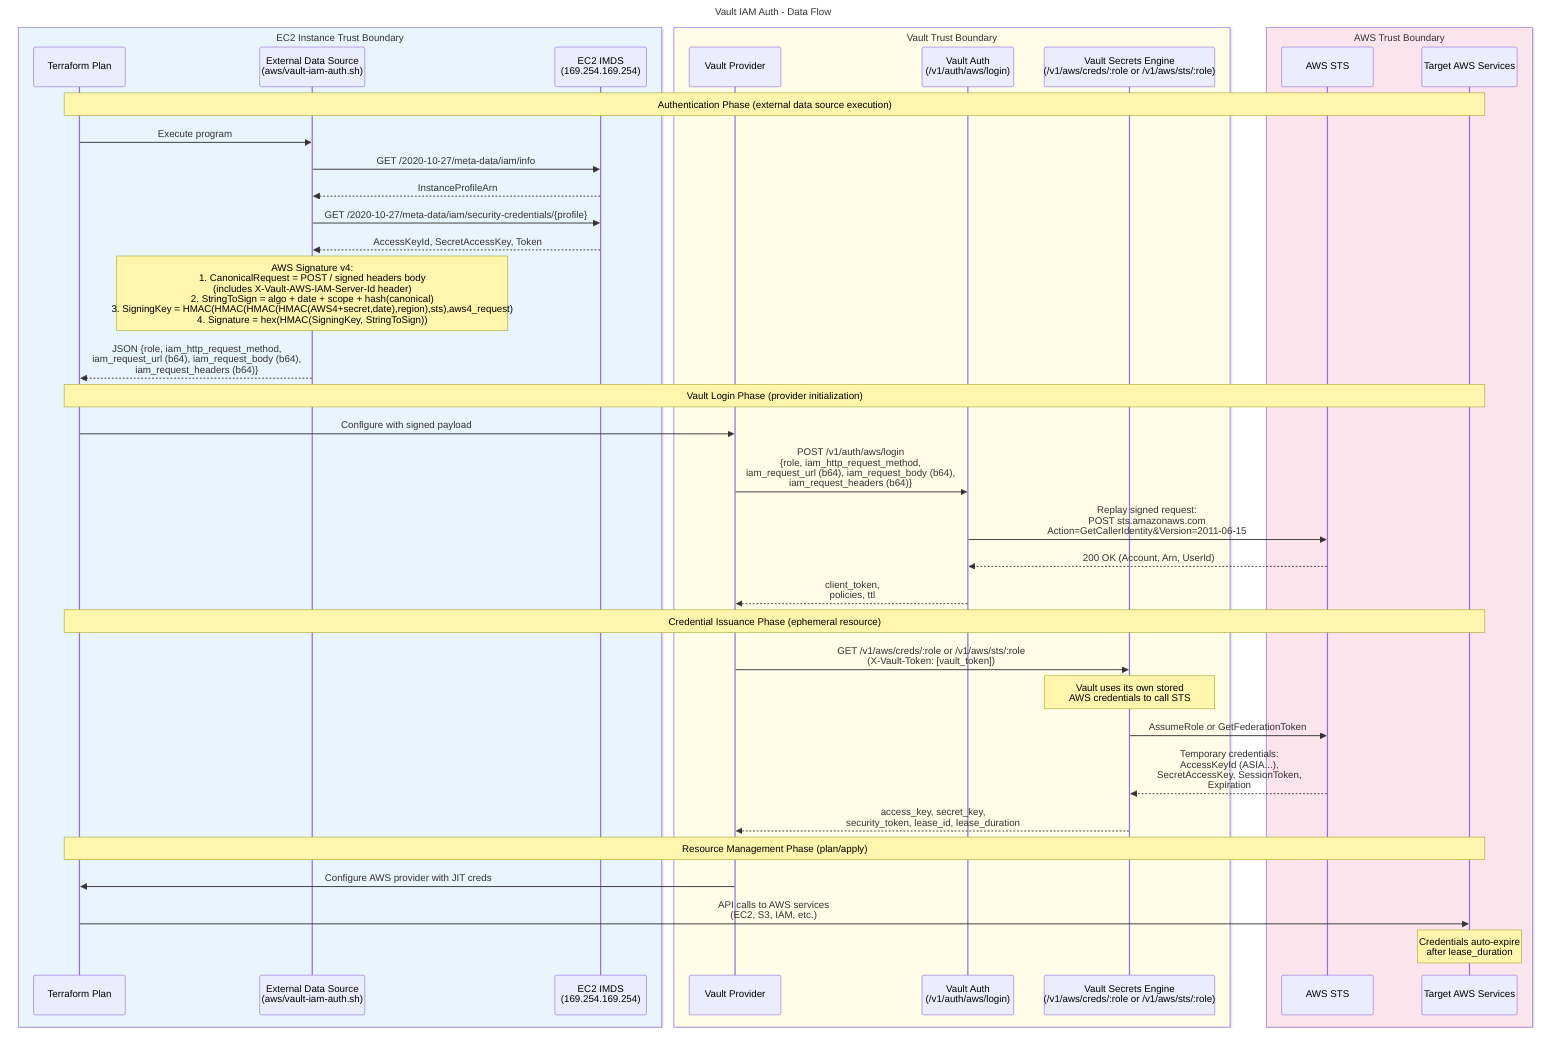
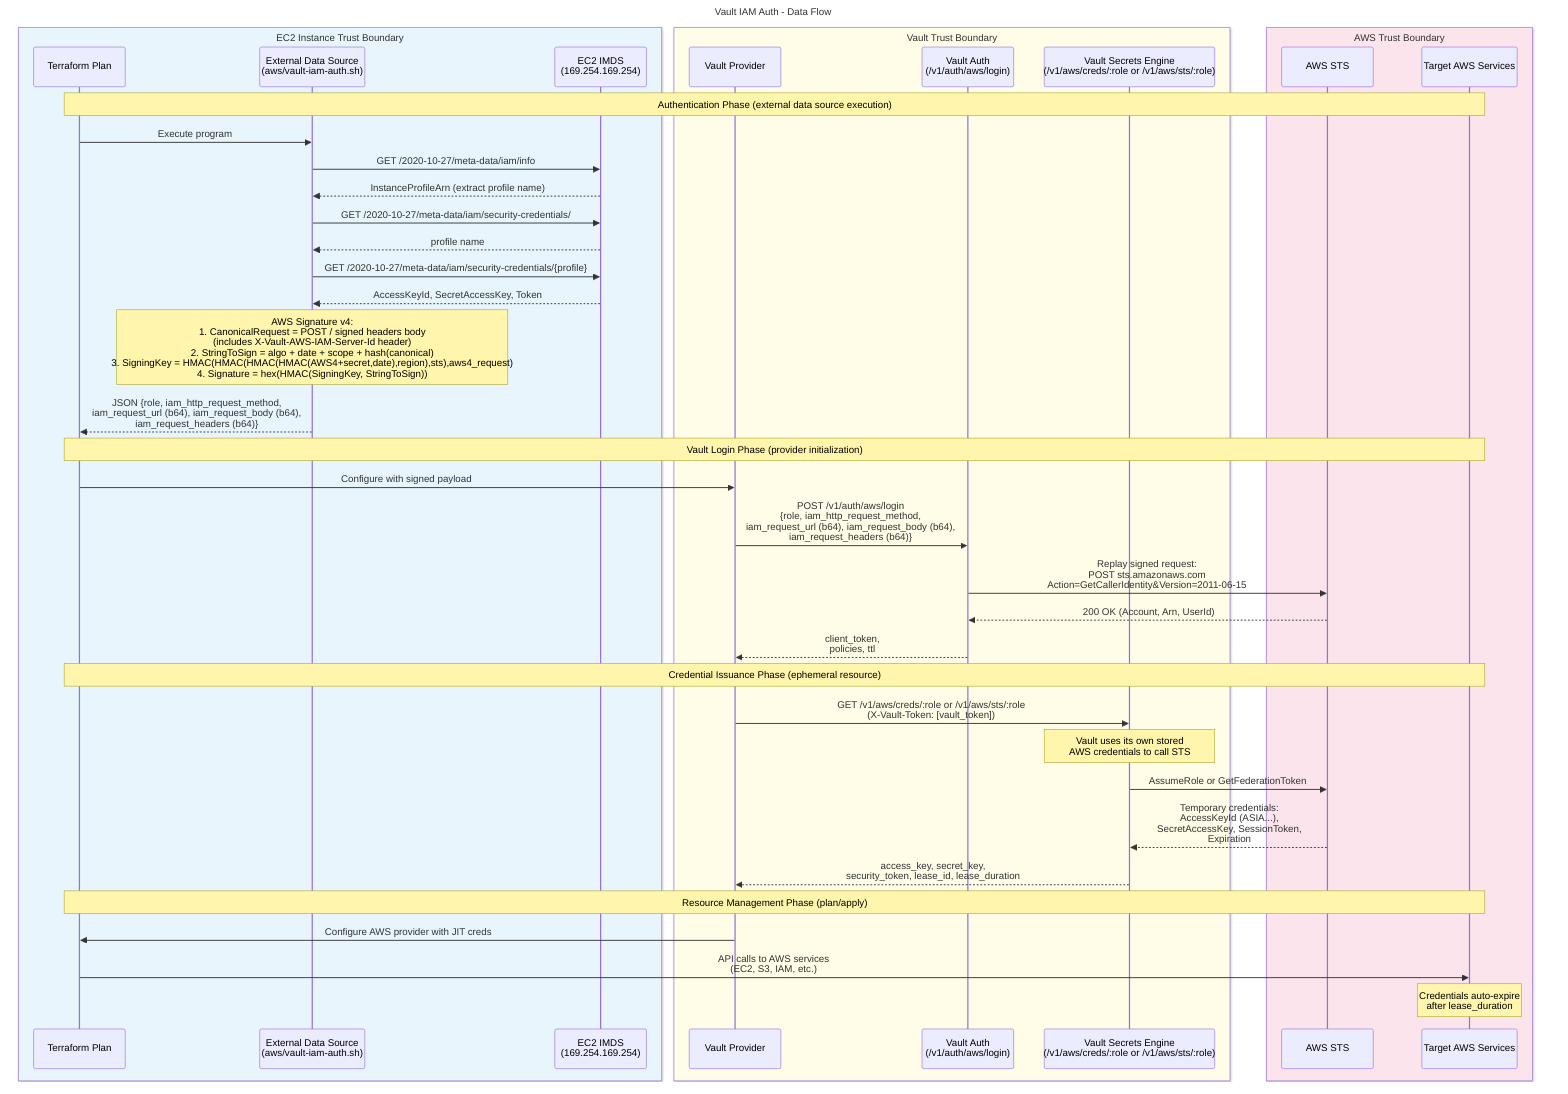
---
title: Vault IAM Auth - Data Flow
---
sequenceDiagram
    box rgb(232,245,253) EC2 Instance Trust Boundary
        participant TF as Terraform Plan
        participant EXT as External Data Source<br/>(aws/vault-iam-auth.sh)
        participant IMDS as EC2 IMDS<br/>(169.254.169.254)
    end

    box rgb(255,253,231) Vault Trust Boundary
        participant VP as Vault Provider
        participant VAUTH as Vault Auth<br/>(/v1/auth/aws/login)
        participant VSE as Vault Secrets Engine<br/>(/v1/aws/creds/:role or /v1/aws/sts/:role)
    end

    box rgb(252,228,236) AWS Trust Boundary
        participant STS as AWS STS
        participant TGTAWS as Target AWS Services
    end

    Note over TF,TGTAWS: Authentication Phase (external data source execution)
    TF->>EXT: Execute program
    EXT->>IMDS: GET /2020-10-27/meta-data/iam/info
-     IMDS-->>EXT: InstanceProfileArn
+     IMDS-->>EXT: InstanceProfileArn (extract profile name)
+     EXT->>IMDS: GET /2020-10-27/meta-data/iam/security-credentials/
+     IMDS-->>EXT: profile name
    EXT->>IMDS: GET /2020-10-27/meta-data/iam/security-credentials/{profile}
    IMDS-->>EXT: AccessKeyId, SecretAccessKey, Token
    Note over EXT: AWS Signature v4:<br/>1. CanonicalRequest = POST / signed headers body<br/>(includes X-Vault-AWS-IAM-Server-Id header)<br/>2. StringToSign = algo + date + scope + hash(canonical)<br/>3. SigningKey = HMAC(HMAC(HMAC(HMAC(AWS4+secret,date),region),sts),aws4_request)<br/>4. Signature = hex(HMAC(SigningKey, StringToSign))
    EXT-->>TF: JSON {role, iam_http_request_method,<br/>iam_request_url (b64), iam_request_body (b64),<br/>iam_request_headers (b64)}

    Note over TF,TGTAWS: Vault Login Phase (provider initialization)
    TF->>VP: Configure with signed payload
    VP->>VAUTH: POST /v1/auth/aws/login<br/>{role, iam_http_request_method,<br/>iam_request_url (b64), iam_request_body (b64),<br/>iam_request_headers (b64)}
    VAUTH->>STS: Replay signed request:<br/>POST sts.amazonaws.com<br/>Action=GetCallerIdentity&Version=2011-06-15
    STS-->>VAUTH: 200 OK (Account, Arn, UserId)
    VAUTH-->>VP: client_token,<br/>policies, ttl

    Note over TF,TGTAWS: Credential Issuance Phase (ephemeral resource)
    VP->>VSE: GET /v1/aws/creds/:role or /v1/aws/sts/:role<br/>(X-Vault-Token: [vault_token])
    Note over VSE: Vault uses its own stored<br/>AWS credentials to call STS
    VSE->>STS: AssumeRole or GetFederationToken
    STS-->>VSE: Temporary credentials:<br/>AccessKeyId (ASIA...),<br/>SecretAccessKey, SessionToken,<br/>Expiration
    VSE-->>VP: access_key, secret_key,<br/>security_token, lease_id, lease_duration

    Note over TF,TGTAWS: Resource Management Phase (plan/apply)
    VP->>TF: Configure AWS provider with JIT creds
    TF->>TGTAWS: API calls to AWS services<br/>(EC2, S3, IAM, etc.)
    Note over TGTAWS: Credentials auto-expire<br/>after lease_duration
